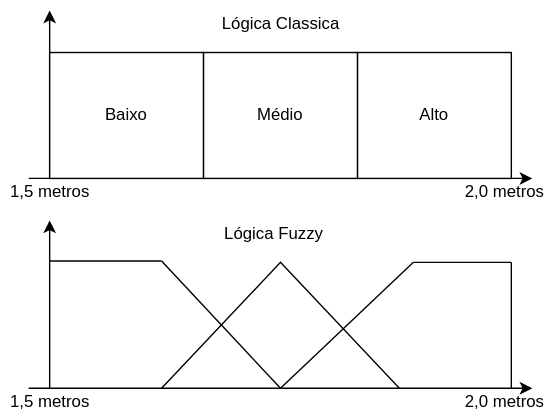
Earlier version of the draw.io export ClassicoFuzzy.svg (AllenHichard/machine-learning-image). Source tidied: cells renumbered, new cells last; positions are measured from the earlier drawing's top-left corner, leaving out a move shared by most shapes.
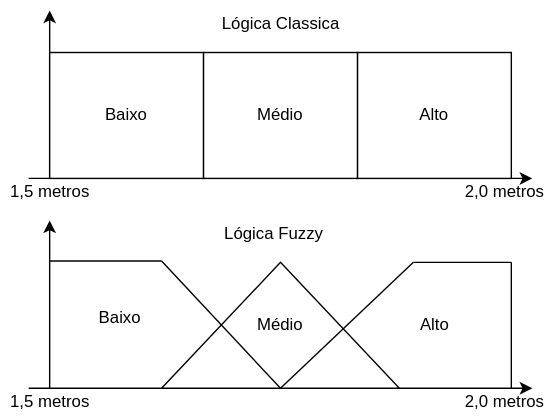
After the commit.

What changed in the source:
```diff
@@ -53,7 +53,7 @@
     <mxCell id="14" value="Lógica Fuzzy" style="text;html=1;align=center;verticalAlign=middle;strokeColor=none;" parent="1" vertex="1">
       <mxGeometry x="150" y="150" width="90" height="20" as="geometry" />
     </mxCell>
-    <mxCell id="15" style="triangle;whiteSpace=wrap;html=1;direction=north;" parent="1" vertex="1">
+    <mxCell id="15" value="Médio" style="triangle;whiteSpace=wrap;html=1;direction=north;" parent="1" vertex="1">
       <mxGeometry x="115" y="180" width="170" height="90" as="geometry" />
     </mxCell>
     <mxCell id="16" style="endArrow=none;html=1;exitX=0;exitY=0.5;exitDx=0;exitDy=0;" parent="1" edge="1" source="15">
@@ -87,5 +87,11 @@
         </Array>
       </mxGeometry>
     </mxCell>
+    <mxCell id="21" value="Baixo" style="text;html=1;align=center;verticalAlign=middle;strokeColor=none;" parent="1" vertex="1">
+      <mxGeometry x="60" y="210" width="50" height="20" as="geometry" />
+    </mxCell>
+    <mxCell id="22" value="Alto" style="text;html=1;align=center;verticalAlign=middle;strokeColor=none;" parent="1" vertex="1">
+      <mxGeometry x="290" y="215" width="40" height="20" as="geometry" />
+    </mxCell>
   </root>
 </mxGraphModel>
```
